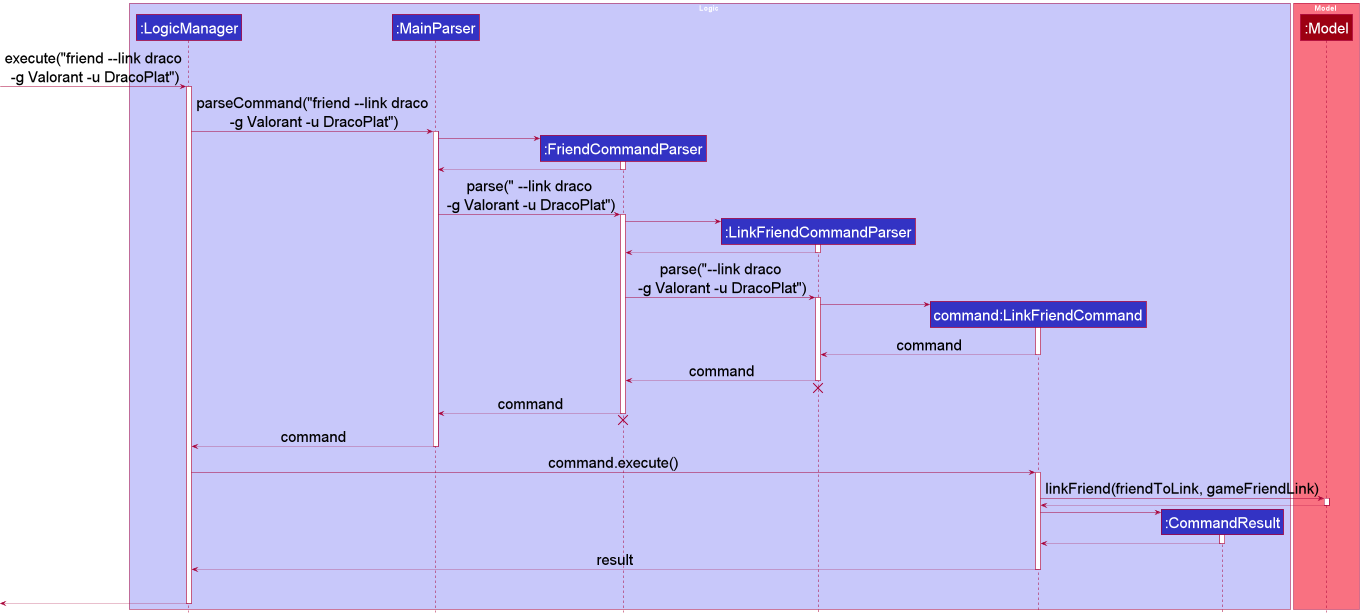
Earlier version of the PlantUML export docs/images/LinkSequenceDiagram1.png (nus-cs2103-AY2122S1/tp).
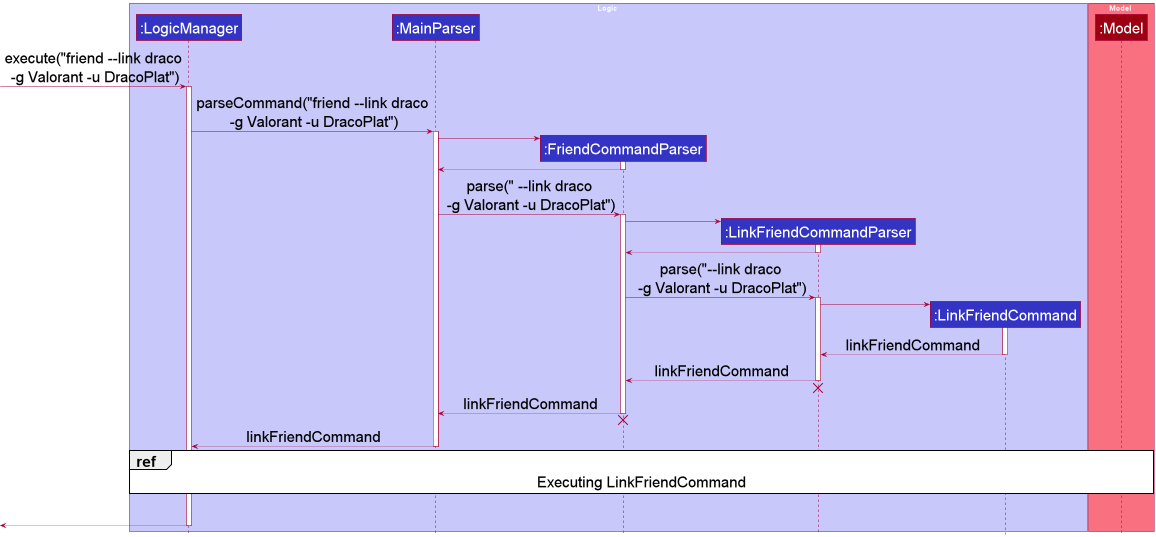
Later version of the same file.

Commit message:
Modify sequence diagrams

Change to the diagram source:
```diff
@@ -7,8 +7,7 @@
 participant ":MainParser" as MainParser LOGIC_COLOR
 participant ":FriendCommandParser" as FriendCommandParser LOGIC_COLOR
 participant ":LinkFriendCommandParser" as LinkFriendCommandParser LOGIC_COLOR
-participant "command:LinkFriendCommand" as LinkFriendCommand LOGIC_COLOR
-participant ":CommandResult" as CommandResult LOGIC_COLOR
+participant ":LinkFriendCommand" as LinkFriendCommand LOGIC_COLOR
 end box
 
 box Model MODEL_COLOR_T1
@@ -45,41 +44,23 @@
 LinkFriendCommandParser -> LinkFriendCommand
 activate LinkFriendCommand
 
-LinkFriendCommand --> LinkFriendCommandParser : command
+LinkFriendCommand --> LinkFriendCommandParser : linkFriendCommand
 deactivate LinkFriendCommand
 
-LinkFriendCommandParser --> FriendCommandParser : command
+LinkFriendCommandParser --> FriendCommandParser : linkFriendCommand
 deactivate LinkFriendCommandParser
 LinkFriendCommandParser -[hidden]-> FriendCommandParser
 destroy LinkFriendCommandParser
 
-FriendCommandParser --> MainParser : command
+FriendCommandParser --> MainParser : linkFriendCommand
 deactivate FriendCommandParser
 FriendCommandParser -[hidden]-> MainParser
 destroy FriendCommandParser
 
-MainParser --> LogicManager : command
+MainParser --> LogicManager : linkFriendCommand
 deactivate MainParser
 
-
-LogicManager -> LinkFriendCommand : command.execute()
-activate LinkFriendCommand
-
-LinkFriendCommand -> Model : linkFriend(friendToLink, gameFriendLink)
-activate Model
-
-Model --> LinkFriendCommand
-deactivate Model
-
-create CommandResult
-LinkFriendCommand -> CommandResult
-activate CommandResult
-
-CommandResult --> LinkFriendCommand
-deactivate CommandResult
-
-LinkFriendCommand --> LogicManager : result
-deactivate LinkFriendCommand
+ref over LogicManager, Model: Executing LinkFriendCommand
 
 LogicManager -[hidden]-> LogicManager
 LinkFriendCommand -[hidden]-> LinkFriendCommand
```
